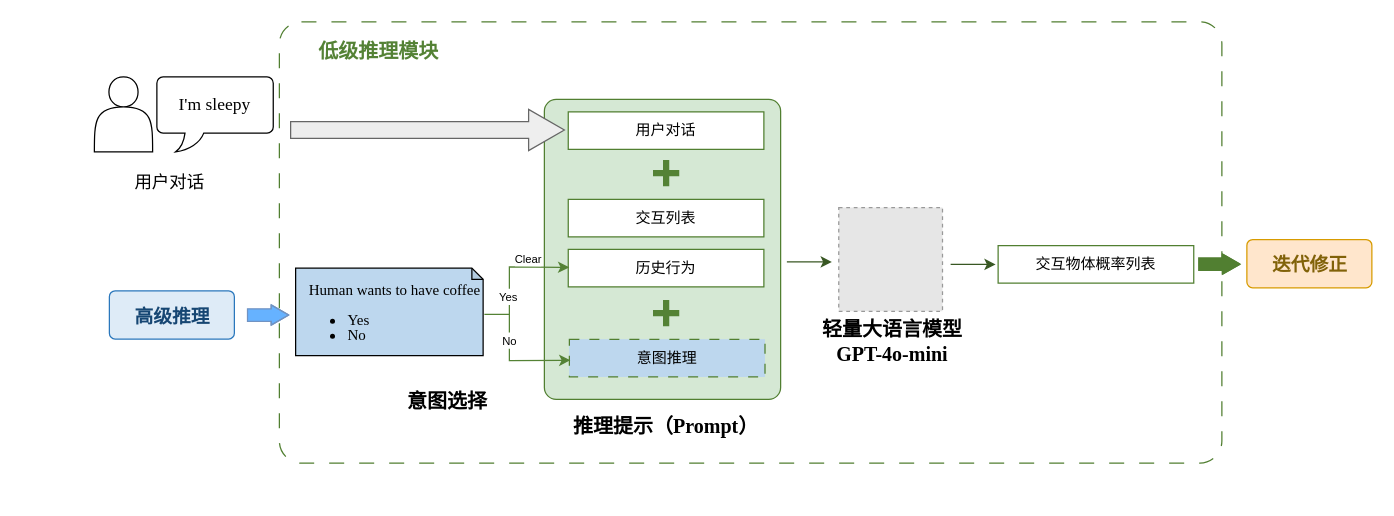
Above: 低级推理模块.drawio in Rinco1018/project_test (draw.io), before the change. Source tidied: cells renumbered, new cells numbered last; positions are measured from the earlier drawing's top-left corner, leaving out a move shared by most shapes. Both pictures are drawn from the tidied source at 125%, with x=0, y=0 at pixel (21, 21). Pictures stored in the file or linked from it are replaced by grey dashed boxes.
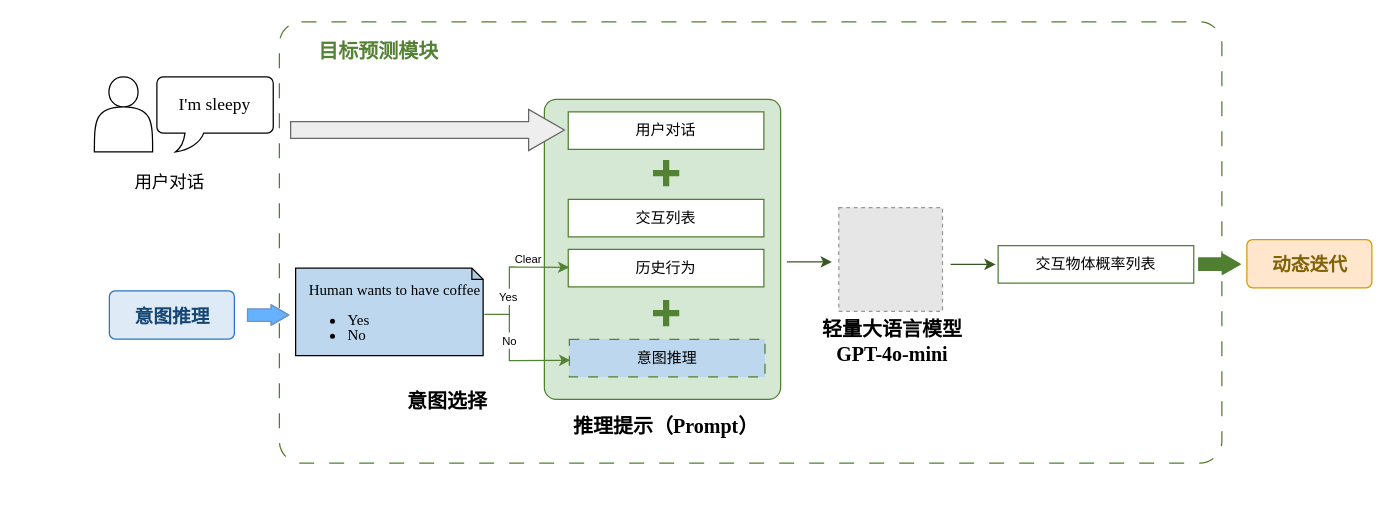
The same diagram, later.

Commit message:
更新低级推理模块.drawio

The change refers to these unchanged cells:
```xml
<mxCell id="35" style="group;" parent="1" vertex="1">
  <mxGeometry x="70" y="210" width="100" height="50" as="geometry" />
</mxCell>
<mxCell id="52" style="group;" parent="1" vertex="1">
  <mxGeometry x="980" y="169" width="100" height="50" as="geometry" />
</mxCell>
```

Change to the diagram source:
```diff
@@
-    <mxCell id="37" value="&lt;span style=&quot;font-size: 15px; font-family: &amp;quot;Times New Roman&amp;quot;; background-color: transparent; color: light-dark(rgb(22, 70, 115), rgb(105, 193, 149));&quot;&gt;高级推理&lt;/span&gt;" style="text;html=1;align=center;verticalAlign=middle;strokeColor=none;fillColor=none;fontColor=light-dark(#164673, #69c195);fontStyle=1;" parent="35" vertex="1">
+    <mxCell id="37" value="&lt;span style=&quot;font-size: 15px; font-family: &amp;quot;Times New Roman&amp;quot;; background-color: transparent; color: light-dark(rgb(22, 70, 115), rgb(105, 193, 149));&quot;&gt;意图推理&lt;/span&gt;" style="text;html=1;align=center;verticalAlign=middle;strokeColor=none;fillColor=none;fontColor=light-dark(#164673, #69c195);fontStyle=1;" parent="35" vertex="1">
       <mxGeometry x="10" y="10" width="80" height="30" as="geometry" />
     </mxCell>
@@
-    <mxCell id="44" value="&lt;font style=&quot;font-size: 16px;&quot; face=&quot;Times New Roman&quot;&gt;低级推理模块&lt;/font&gt;" style="text;html=1;align=center;verticalAlign=middle;strokeColor=none;fillColor=none;fontColor=light-dark(#548235, #69c195);fontStyle=1;" parent="1" vertex="1">
+    <mxCell id="44" value="&lt;font style=&quot;font-size: 16px;&quot; face=&quot;Times New Roman&quot;&gt;目标预测模块&lt;/font&gt;" style="text;html=1;align=center;verticalAlign=middle;strokeColor=none;fillColor=none;fontColor=light-dark(#548235, #69c195);fontStyle=1;" parent="1" vertex="1">
       <mxGeometry x="225" y="7.5" width="120" height="30" as="geometry" />
     </mxCell>
@@
-    <mxCell id="54" value="&lt;font face=&quot;Times New Roman&quot;&gt;&lt;span style=&quot;font-size: 15px;&quot;&gt;迭代修正&lt;/span&gt;&lt;/font&gt;" style="text;html=1;align=center;verticalAlign=middle;strokeColor=none;fillColor=none;fontColor=light-dark(#816209, #69c195);fontStyle=1;" parent="52" vertex="1">
+    <mxCell id="54" value="&lt;font face=&quot;Times New Roman&quot;&gt;&lt;span style=&quot;font-size: 15px;&quot;&gt;动态迭代&lt;/span&gt;&lt;/font&gt;" style="text;html=1;align=center;verticalAlign=middle;strokeColor=none;fillColor=none;fontColor=light-dark(#816209, #69c195);fontStyle=1;" parent="52" vertex="1">
       <mxGeometry x="10" y="10" width="80" height="30" as="geometry" />
     </mxCell>
```
